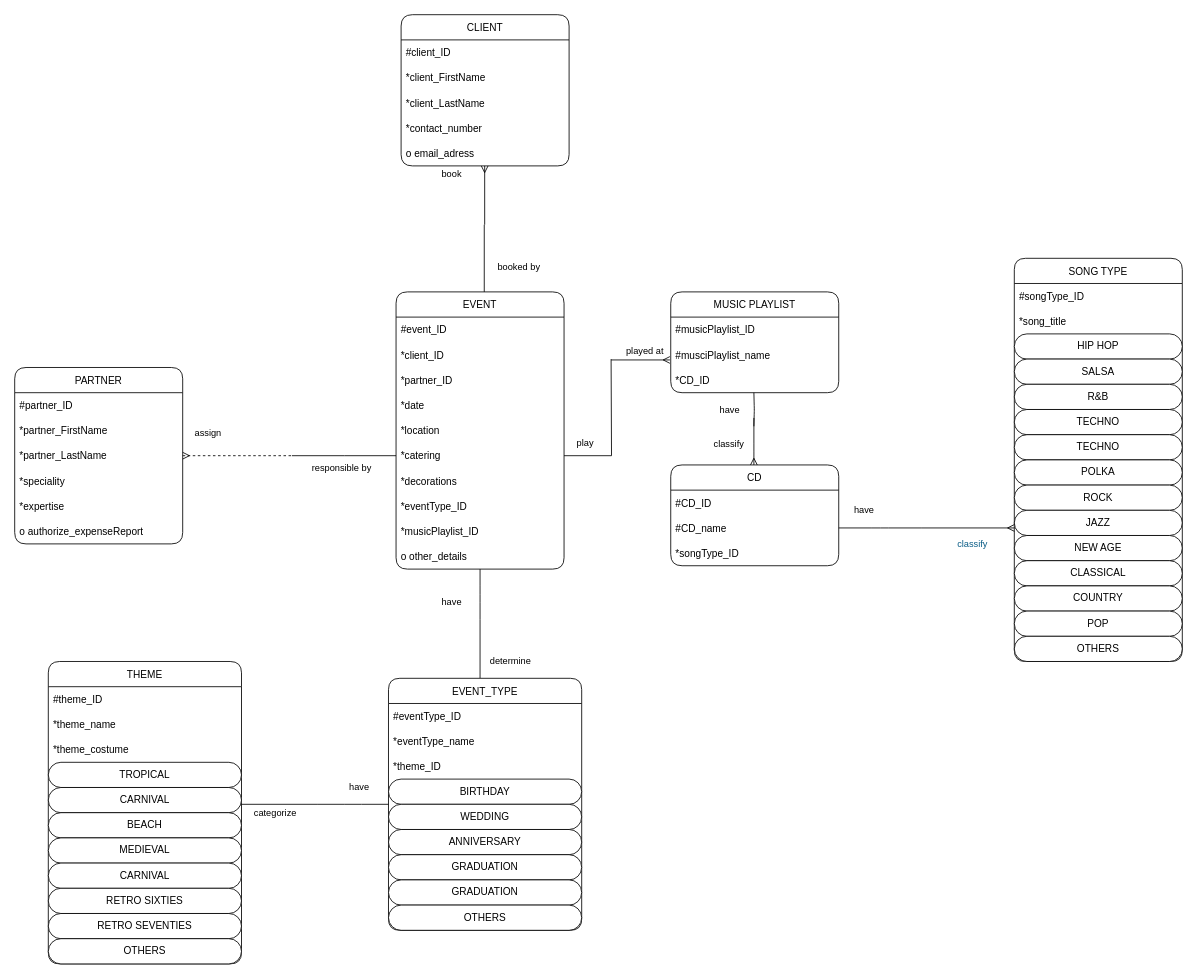
iamdaniaph/ERD keeps this draw.io diagram as BoonDJs.drawio. Above is the earlier version. Source tidied: cells renumbered, new cells numbered last; positions are measured from the earlier drawing's top-left corner, leaving out a move shared by most shapes. Both pictures are drawn from the tidied source at 84%, with x=0, y=0 at pixel (14, 14).
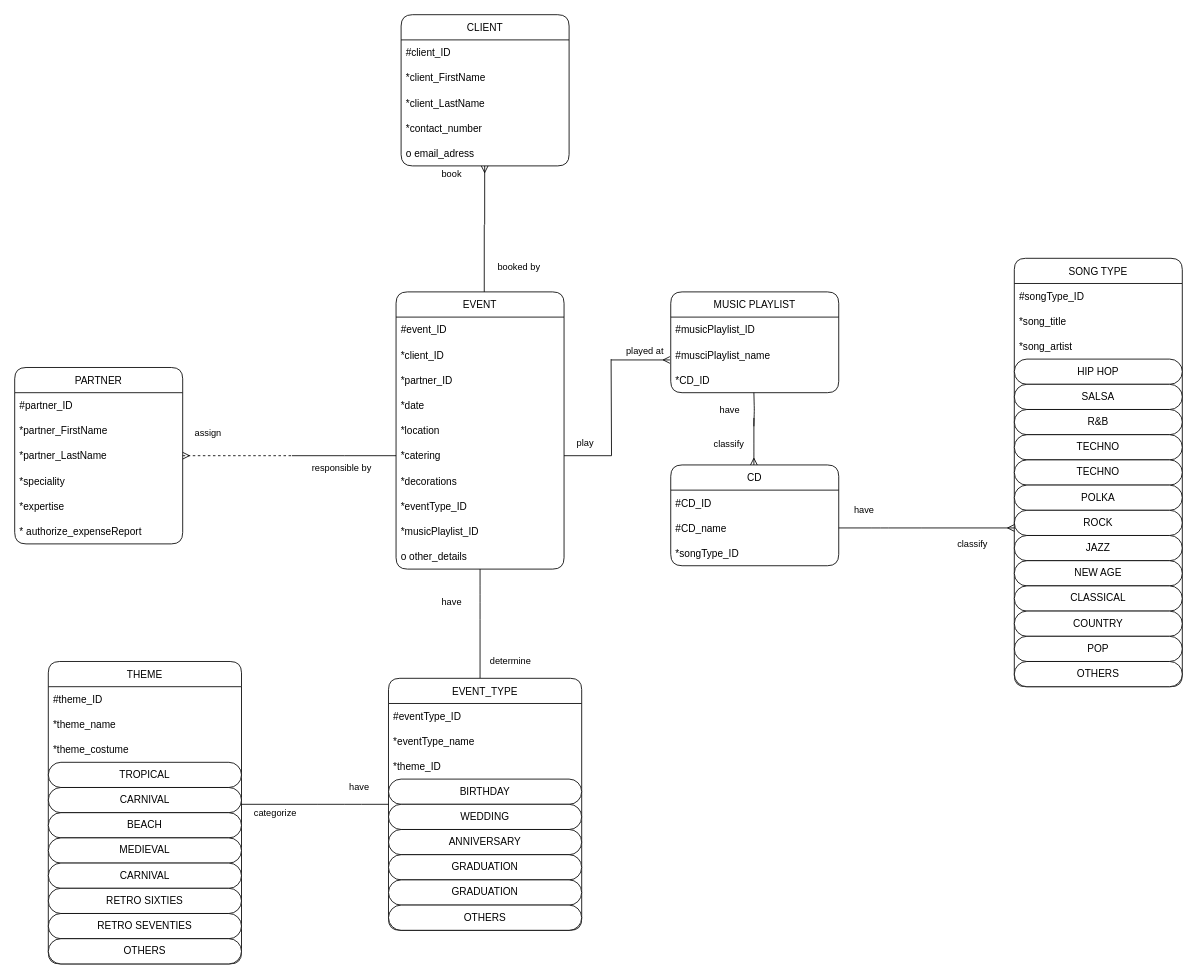
After the change.

The change refers to these unchanged cells:
```xml
<mxCell id="2" value="PARTNER" style="swimlane;fontStyle=0;horizontal=1;startSize=30;rounded=1;" parent="1" vertex="1">
  <mxGeometry y="420" width="200" height="210" as="geometry" />
</mxCell>
```

Change to the diagram source:
```diff
@@
-    <mxCell id="8" value="o authorize_expenseReport" style="text;strokeColor=none;fillColor=none;align=left;verticalAlign=middle;spacingLeft=4;spacingRight=4;overflow=hidden;" parent="2" vertex="1">
+    <mxCell id="8" value="* authorize_expenseReport" style="text;strokeColor=none;fillColor=none;align=left;verticalAlign=middle;spacingLeft=4;spacingRight=4;overflow=hidden;" parent="2" vertex="1">
       <mxGeometry y="180" width="200" height="30" as="geometry" />
     </mxCell>
@@
     <mxCell id="62" value="SONG TYPE" style="swimlane;fontStyle=0;horizontal=1;startSize=30;rounded=1;" parent="1" vertex="1">
-      <mxGeometry x="1190" y="290" width="200" height="480" as="geometry" />
+      <mxGeometry x="1190" y="290" width="200" height="510" as="geometry" />
     </mxCell>
@@
+    <mxCell id="86" value="*song_artist" style="text;strokeColor=none;fillColor=none;align=left;verticalAlign=middle;spacingLeft=4;spacingRight=4;overflow=hidden;" parent="62" vertex="1">
+      <mxGeometry y="90" width="200" height="30" as="geometry" />
+    </mxCell>
     <mxCell id="65" value="HIP HOP" style="rounded=1;whiteSpace=wrap;html=1;arcSize=50;" parent="62" vertex="1">
-      <mxGeometry y="90" width="200" height="30" as="geometry" />
+      <mxGeometry y="120" width="200" height="30" as="geometry" />
     </mxCell>
     <mxCell id="66" value="SALSA" style="rounded=1;whiteSpace=wrap;html=1;arcSize=50;" parent="62" vertex="1">
-      <mxGeometry y="120" width="200" height="30" as="geometry" />
+      <mxGeometry y="150" width="200" height="30" as="geometry" />
     </mxCell>
     <mxCell id="67" value="R&amp;amp;B" style="rounded=1;whiteSpace=wrap;html=1;arcSize=50;" parent="62" vertex="1">
-      <mxGeometry y="150" width="200" height="30" as="geometry" />
+      <mxGeometry y="180" width="200" height="30" as="geometry" />
     </mxCell>
     <mxCell id="68" value="TECHNO" style="rounded=1;whiteSpace=wrap;html=1;arcSize=50;" parent="62" vertex="1">
-      <mxGeometry y="180" width="200" height="30" as="geometry" />
+      <mxGeometry y="210" width="200" height="30" as="geometry" />
     </mxCell>
     <mxCell id="69" value="TECHNO" style="rounded=1;whiteSpace=wrap;html=1;arcSize=50;" parent="62" vertex="1">
-      <mxGeometry y="210" width="200" height="30" as="geometry" />
+      <mxGeometry y="240" width="200" height="30" as="geometry" />
     </mxCell>
     <mxCell id="70" value="POLKA" style="rounded=1;whiteSpace=wrap;html=1;arcSize=50;" parent="62" vertex="1">
-      <mxGeometry y="240" width="200" height="30" as="geometry" />
+      <mxGeometry y="270" width="200" height="30" as="geometry" />
     </mxCell>
     <mxCell id="71" value="ROCK" style="rounded=1;whiteSpace=wrap;html=1;arcSize=50;" parent="62" vertex="1">
-      <mxGeometry y="270" width="200" height="30" as="geometry" />
+      <mxGeometry y="300" width="200" height="30" as="geometry" />
     </mxCell>
     <mxCell id="72" value="JAZZ" style="rounded=1;whiteSpace=wrap;html=1;arcSize=50;" parent="62" vertex="1">
-      <mxGeometry y="300" width="200" height="30" as="geometry" />
+      <mxGeometry y="330" width="200" height="30" as="geometry" />
     </mxCell>
     <mxCell id="73" value="NEW AGE" style="rounded=1;whiteSpace=wrap;html=1;arcSize=50;" parent="62" vertex="1">
-      <mxGeometry y="330" width="200" height="30" as="geometry" />
+      <mxGeometry y="360" width="200" height="30" as="geometry" />
     </mxCell>
     <mxCell id="74" value="CLASSICAL" style="rounded=1;whiteSpace=wrap;html=1;arcSize=50;" parent="62" vertex="1">
-      <mxGeometry y="360" width="200" height="30" as="geometry" />
+      <mxGeometry y="390" width="200" height="30" as="geometry" />
     </mxCell>
     <mxCell id="75" value="COUNTRY" style="rounded=1;whiteSpace=wrap;html=1;arcSize=50;" parent="62" vertex="1">
-      <mxGeometry y="390" width="200" height="30" as="geometry" />
+      <mxGeometry y="420" width="200" height="30" as="geometry" />
     </mxCell>
     <mxCell id="76" value="POP" style="rounded=1;whiteSpace=wrap;html=1;arcSize=50;" parent="62" vertex="1">
-      <mxGeometry y="420" width="200" height="30" as="geometry" />
+      <mxGeometry y="450" width="200" height="30" as="geometry" />
     </mxCell>
     <mxCell id="77" value="OTHERS" style="rounded=1;whiteSpace=wrap;html=1;arcSize=50;" parent="62" vertex="1">
-      <mxGeometry y="450" width="200" height="30" as="geometry" />
+      <mxGeometry y="480" width="200" height="30" as="geometry" />
     </mxCell>
@@
-    <mxCell id="84" value="classify" style="edgeStyle=orthogonalEdgeStyle;curved=0;rounded=1;sketch=0;orthogonalLoop=1;jettySize=auto;html=1;fontColor=#095C86;startArrow=ERmany;startFill=0;endArrow=none;endFill=0;strokeColor=#000000;fillColor=#F694C1;" parent="1" edge="1">
+    <mxCell id="84" value="classify" style="edgeStyle=orthogonalEdgeStyle;curved=0;rounded=1;sketch=0;orthogonalLoop=1;jettySize=auto;html=1;fontColor=#000000;startArrow=ERmany;startFill=0;endArrow=none;endFill=0;strokeColor=#000000;fillColor=#F694C1;" parent="1" edge="1">
       <mxGeometry x="-0.09" y="19" relative="1" as="geometry">
         <mxPoint x="1190" y="611" as="sourcePoint" />
         <mxPoint x="1080" y="611" as="targetPoint" />
       </mxGeometry>
     </mxCell>
```
